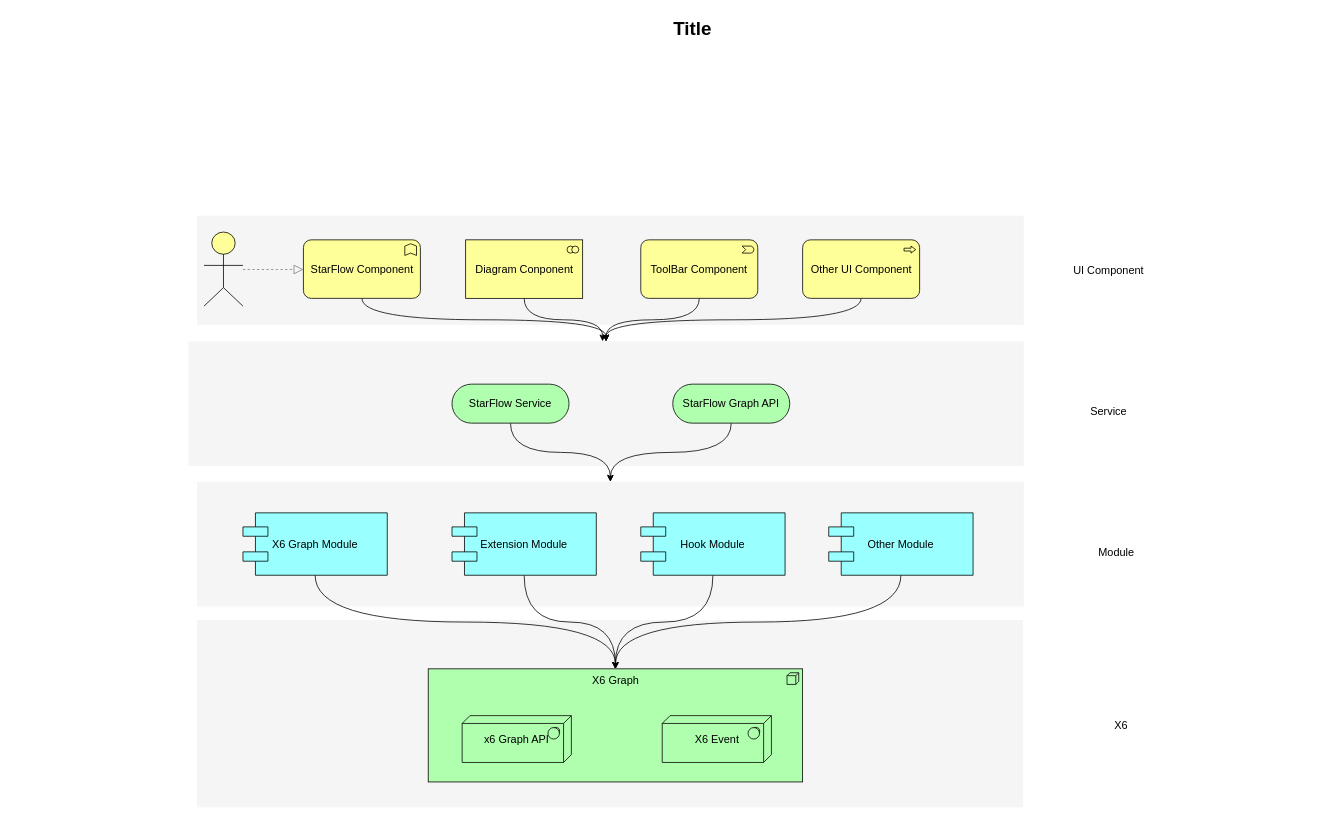
iversong/iversong keeps this draw.io diagram as 未命名绘图.drawio. Above is the earlier version. Source tidied: cells renumbered, new cells numbered last; positions are measured from the earlier drawing's top-left corner, leaving out a move shared by most shapes. Both pictures are drawn from the tidied source at 78%, with x=0, y=0 at pixel (72, 13).
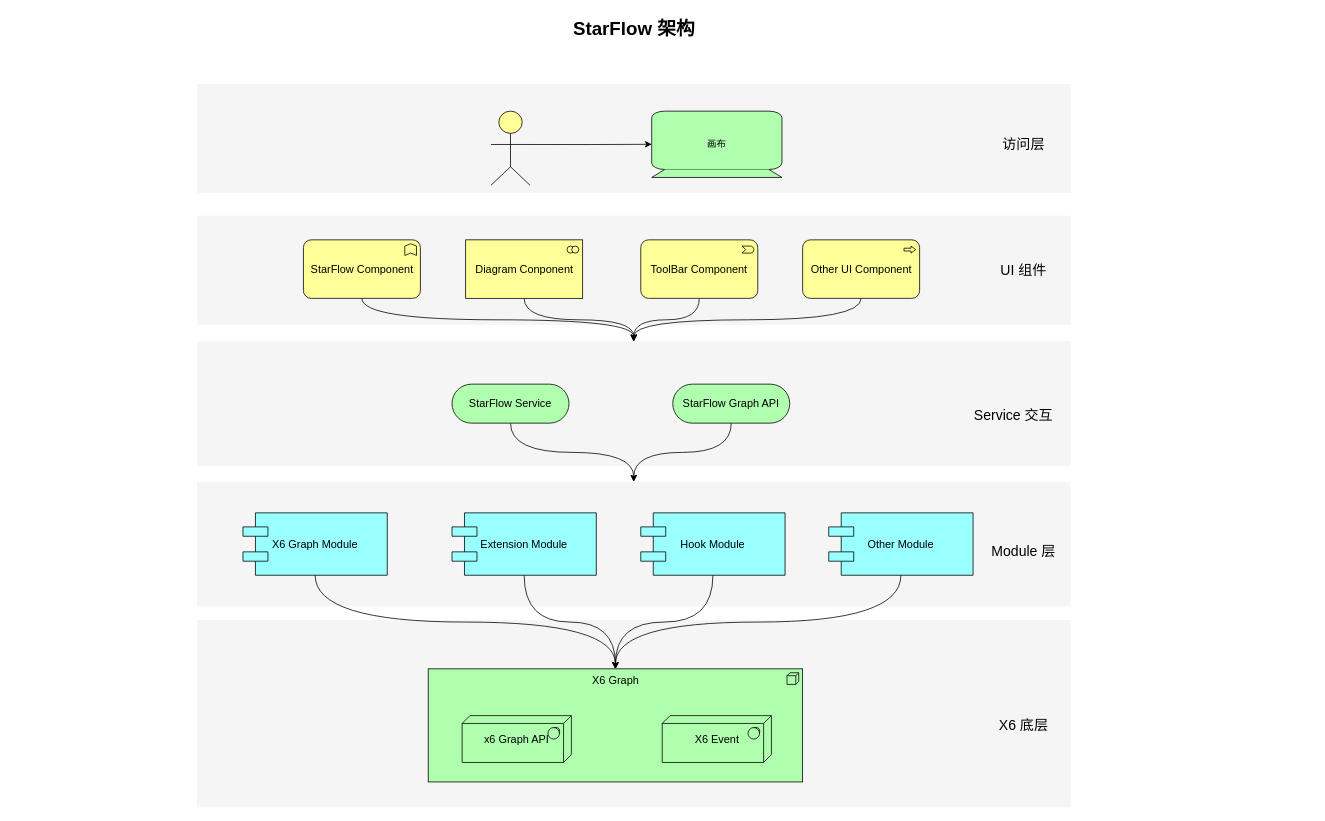
Above is the later version.

The change refers to these unchanged cells:
```xml
<mxCell id="12" value="StarFlow Graph API" style="html=1;whiteSpace=wrap;fillColor=#AFFFAF;shape=mxgraph.archimate3.service;fontSize=14;" parent="1" vertex="1">
  <mxGeometry x="770" y="475" width="150" height="50" as="geometry" />
</mxCell>
<mxCell id="22" value="StarFlow Component" style="html=1;whiteSpace=wrap;fillColor=#ffff99;shape=mxgraph.archimate3.application;appType=func;archiType=rounded;fontSize=14;" parent="1" vertex="1">
  <mxGeometry x="296.5" y="290" width="150" height="75" as="geometry" />
</mxCell>
<mxCell id="24" value="Diagram Conponent" style="html=1;whiteSpace=wrap;fillColor=#ffff99;shape=mxgraph.archimate3.application;appType=collab;archiType=square;fontSize=14;" parent="1" vertex="1">
  <mxGeometry x="504.5" y="290" width="150" height="75" as="geometry" />
</mxCell>
```

What changed in the source:
```diff
@@
+    <mxCell id="36" style="whiteSpace=wrap;html=1;strokeColor=none;strokeWidth=1;fillColor=#f5f5f5;fontSize=14;" parent="1" vertex="1">
+      <mxGeometry x="160" y="90" width="1120" height="140" as="geometry" />
+    </mxCell>
     <mxCell id="2" style="whiteSpace=wrap;html=1;strokeColor=none;strokeWidth=1;fillColor=#f5f5f5;fontSize=14;" parent="1" vertex="1">
-      <mxGeometry x="149" y="420" width="1071" height="160" as="geometry" />
+      <mxGeometry x="160" y="420" width="1120" height="160" as="geometry" />
     </mxCell>
     <mxCell id="3" style="whiteSpace=wrap;html=1;strokeColor=none;strokeWidth=1;fillColor=#f5f5f5;fontSize=14;" parent="1" vertex="1">
-      <mxGeometry x="160" y="777.5" width="1059" height="240" as="geometry" />
+      <mxGeometry x="160" y="777.5" width="1120" height="240" as="geometry" />
     </mxCell>
     <mxCell id="4" style="whiteSpace=wrap;html=1;strokeColor=none;strokeWidth=1;fillColor=#f5f5f5;fontSize=14;" parent="1" vertex="1">
-      <mxGeometry x="160" y="600" width="1060" height="160" as="geometry" />
+      <mxGeometry x="160" y="600" width="1120" height="160" as="geometry" />
     </mxCell>
     <mxCell id="5" style="whiteSpace=wrap;html=1;strokeColor=none;strokeWidth=1;fillColor=#f5f5f5;fontSize=14;" parent="1" vertex="1">
-      <mxGeometry x="160" y="259" width="1060" height="140" as="geometry" />
+      <mxGeometry x="160" y="259" width="1120" height="140" as="geometry" />
     </mxCell>
@@
-    <mxCell id="11" style="edgeStyle=orthogonalEdgeStyle;curved=1;jettySize=auto;html=1;exitX=0.5;exitY=1;exitDx=0;exitDy=0;exitPerimeter=0;" parent="1" edge="1" source="12">
-      <mxGeometry relative="1" as="geometry">
-        <mxPoint x="690" y="600" as="targetPoint" />
-      </mxGeometry>
+    <mxCell id="11" style="edgeStyle=orthogonalEdgeStyle;curved=1;jettySize=auto;html=1;exitX=0.5;exitY=1;exitDx=0;exitDy=0;exitPerimeter=0;entryX=0.5;entryY=0;entryDx=0;entryDy=0;" parent="1" edge="1" source="12" target="4">
+      <mxGeometry relative="1" as="geometry" />
     </mxCell>
@@
-    <mxCell id="23" style="edgeStyle=orthogonalEdgeStyle;curved=1;jettySize=auto;html=1;exitX=0.5;exitY=1;exitDx=0;exitDy=0;exitPerimeter=0;" parent="1" edge="1" source="24">
-      <mxGeometry relative="1" as="geometry">
-        <mxPoint x="680" y="420" as="targetPoint" />
-      </mxGeometry>
+    <mxCell id="23" style="edgeStyle=orthogonalEdgeStyle;curved=1;jettySize=auto;html=1;exitX=0.5;exitY=1;exitDx=0;exitDy=0;exitPerimeter=0;entryX=0.5;entryY=0;entryDx=0;entryDy=0;" parent="1" edge="1" source="24" target="2">
+      <mxGeometry relative="1" as="geometry" />
     </mxCell>
@@
-    <mxCell id="29" value="Module" style="text;html=1;strokeColor=none;fillColor=none;align=center;verticalAlign=middle;whiteSpace=wrap;fontSize=14;" parent="1" vertex="1">
-      <mxGeometry x="1219" y="681" width="240" height="20" as="geometry" />
+    <mxCell id="29" value="&lt;font style=&quot;font-size: 18px;&quot;&gt;Module 层&lt;/font&gt;" style="text;html=1;strokeColor=none;fillColor=none;align=center;verticalAlign=middle;whiteSpace=wrap;fontSize=14;" parent="1" vertex="1">
+      <mxGeometry x="1100" y="680" width="240" height="20" as="geometry" />
     </mxCell>
-    <mxCell id="30" value="Service" style="text;html=1;strokeColor=none;fillColor=none;align=center;verticalAlign=middle;whiteSpace=wrap;fontSize=14;" parent="1" vertex="1">
-      <mxGeometry x="1209" y="500" width="240" height="20" as="geometry" />
+    <mxCell id="30" value="&lt;font style=&quot;font-size: 18px;&quot;&gt;Service 交互&lt;/font&gt;" style="text;html=1;strokeColor=none;fillColor=none;align=center;verticalAlign=middle;whiteSpace=wrap;fontSize=14;" parent="1" vertex="1">
+      <mxGeometry x="1086.5" y="505" width="240" height="20" as="geometry" />
     </mxCell>
-    <mxCell id="31" value="UI Component" style="text;html=1;strokeColor=none;fillColor=none;align=center;verticalAlign=middle;whiteSpace=wrap;fontSize=14;" parent="1" vertex="1">
-      <mxGeometry x="1209" y="319" width="240" height="20" as="geometry" />
+    <mxCell id="31" value="&lt;font style=&quot;font-size: 18px;&quot;&gt;UI 组件&lt;/font&gt;" style="text;html=1;strokeColor=none;fillColor=none;align=center;verticalAlign=middle;whiteSpace=wrap;fontSize=14;" parent="1" vertex="1">
+      <mxGeometry x="1100" y="319" width="240" height="20" as="geometry" />
     </mxCell>
-    <mxCell id="32" style="edgeStyle=elbowEdgeStyle;rounded=1;elbow=vertical;html=1;dashed=1;startSize=10;endArrow=block;endFill=0;endSize=10;jettySize=auto;strokeColor=#808080;fontSize=14;" parent="1" edge="1" source="33" target="22">
-      <mxGeometry relative="1" as="geometry" />
-    </mxCell>
+    <mxCell id="37" style="edgeStyle=orthogonalEdgeStyle;jettySize=auto;html=1;exitX=1;exitY=0.45;exitDx=0;exitDy=0;exitPerimeter=0;entryX=0;entryY=0.5;entryDx=0;entryDy=0;entryPerimeter=0;rounded=0;" parent="1" edge="1" source="33" target="38">
+      <mxGeometry relative="1" as="geometry" />
+    </mxCell>
     <mxCell id="33" style="html=1;whiteSpace=wrap;fillColor=#ffff99;shape=mxgraph.archimate3.actor;fontSize=14;" parent="1" vertex="1">
-      <mxGeometry x="169" y="280" width="50" height="95" as="geometry" />
+      <mxGeometry x="537" y="125" width="50" height="95" as="geometry" />
     </mxCell>
-    <mxCell id="34" value="Title" style="text;strokeColor=none;fillColor=none;html=1;fontSize=24;fontStyle=1;verticalAlign=middle;align=center;" parent="1" vertex="1">
-      <mxGeometry width="1590" height="40" as="geometry" />
+    <mxCell id="34" value="StarFlow 架构" style="text;strokeColor=none;fillColor=none;html=1;fontSize=24;fontStyle=1;verticalAlign=middle;align=center;" parent="1" vertex="1">
+      <mxGeometry x="-75" width="1590" height="40" as="geometry" />
     </mxCell>
-    <mxCell id="35" value="X6" style="text;html=1;strokeColor=none;fillColor=none;align=center;verticalAlign=middle;whiteSpace=wrap;fontSize=14;" parent="1" vertex="1">
-      <mxGeometry x="1225" y="902.5" width="240" height="20" as="geometry" />
+    <mxCell id="35" value="&lt;font style=&quot;font-size: 18px;&quot;&gt;X6 底层&lt;/font&gt;" style="text;html=1;strokeColor=none;fillColor=none;align=center;verticalAlign=middle;whiteSpace=wrap;fontSize=14;" parent="1" vertex="1">
+      <mxGeometry x="1100" y="902.5" width="240" height="20" as="geometry" />
     </mxCell>
+    <mxCell id="38" value="画布" style="html=1;outlineConnect=0;whiteSpace=wrap;fillColor=#AFFFAF;shape=mxgraph.archimate3.device;" parent="1" vertex="1">
+      <mxGeometry x="743" y="125" width="167" height="85" as="geometry" />
+    </mxCell>
+    <mxCell id="39" value="&lt;font style=&quot;font-size: 18px;&quot;&gt;访问层&lt;/font&gt;" style="text;html=1;strokeColor=none;fillColor=none;align=center;verticalAlign=middle;whiteSpace=wrap;fontSize=14;" parent="1" vertex="1">
+      <mxGeometry x="1100" y="157.5" width="240" height="20" as="geometry" />
+    </mxCell>
+    <mxCell id="40" style="edgeStyle=orthogonalEdgeStyle;rounded=0;orthogonalLoop=1;jettySize=auto;html=1;exitX=0.5;exitY=1;exitDx=0;exitDy=0;" parent="1" edge="1" source="39" target="39">
+      <mxGeometry relative="1" as="geometry" />
+    </mxCell>
+    <mxCell id="41" style="edgeStyle=orthogonalEdgeStyle;rounded=0;orthogonalLoop=1;jettySize=auto;html=1;exitX=0.5;exitY=1;exitDx=0;exitDy=0;fontSize=18;" parent="1" edge="1" source="35" target="35">
+      <mxGeometry relative="1" as="geometry" />
+    </mxCell>
```
